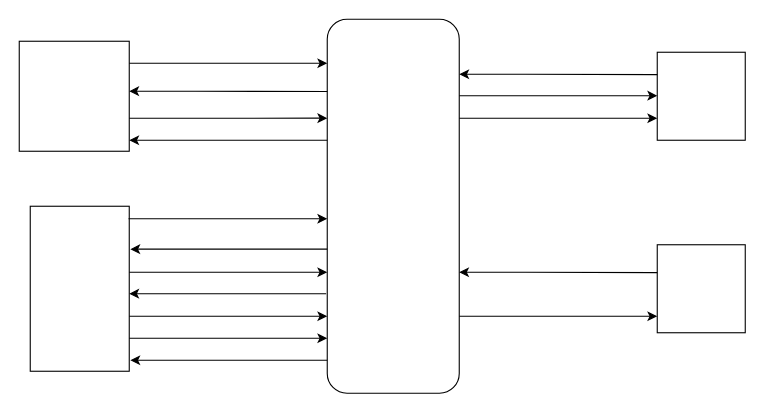
This is Untitled Diagram.drawio from junayet3455/Demo, a draw.io file, before an edit. Source tidied: cells renumbered, new cells numbered last; positions are measured from the earlier drawing's top-left corner, leaving out a move shared by most shapes. Both pictures are drawn from the tidied source at 110%, with x=0, y=0 at pixel (-3, 41).
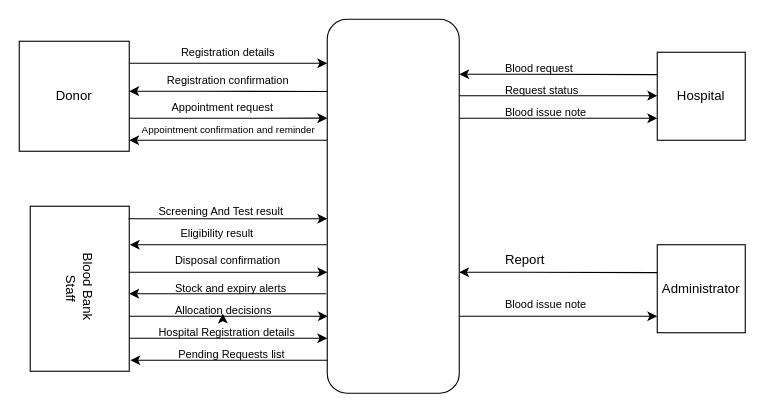
After the change.

Diff of the diagram source:
```diff
@@
-    <mxCell id="3" style="whiteSpace=wrap;html=1;" parent="1" vertex="1">
+    <mxCell id="3" value="Donor" style="whiteSpace=wrap;html=1;" parent="1" vertex="1">
       <mxGeometry x="20" width="100" height="100" as="geometry" />
     </mxCell>
-    <mxCell id="4" style="whiteSpace=wrap;html=1;" parent="1" vertex="1">
+    <mxCell id="4" value="Hospital" style="whiteSpace=wrap;html=1;" parent="1" vertex="1">
       <mxGeometry x="600" y="10" width="80" height="80" as="geometry" />
     </mxCell>
-    <mxCell id="5" style="whiteSpace=wrap;html=1;" parent="1" vertex="1">
+    <mxCell id="5" value="Administrator" style="whiteSpace=wrap;html=1;" parent="1" vertex="1">
       <mxGeometry x="600" y="185" width="80" height="80" as="geometry" />
     </mxCell>
-    <mxCell id="6" style="rounded=0;whiteSpace=wrap;html=1;rotation=90;" parent="1" vertex="1">
+    <mxCell id="6" value="Blood Bank&amp;nbsp;&lt;br&gt;&#9;Staff" style="rounded=0;whiteSpace=wrap;html=1;rotation=90;" parent="1" vertex="1">
       <mxGeometry y="180" width="150" height="90" as="geometry" />
     </mxCell>
@@
     <mxCell id="13" style="endArrow=classic;html=1;rounded=0;entryX=1.006;entryY=0.362;entryDx=0;entryDy=0;entryPerimeter=0;" parent="1" edge="1">
       <mxGeometry relative="1" as="geometry">
-        <mxPoint x="300" y="189" as="sourcePoint" />
-        <mxPoint x="121" y="189" as="targetPoint" />
+        <mxPoint x="299.5" y="185" as="sourcePoint" />
+        <mxPoint x="120.5" y="185" as="targetPoint" />
       </mxGeometry>
     </mxCell>
@@
-    <mxCell id="15" style="endArrow=classic;html=1;rounded=0;" parent="1" edge="1">
-      <mxGeometry relative="1" as="geometry">
-        <mxPoint x="120" y="250" as="sourcePoint" />
-        <mxPoint x="300" y="250" as="targetPoint" />
-      </mxGeometry>
-    </mxCell>
@@
+    <mxCell id="23" value="&lt;font style=&quot;font-size: 10px;&quot;&gt;Registration details&lt;/font&gt;" style="text;html=1;whiteSpace=wrap;strokeColor=none;fillColor=none;align=center;verticalAlign=middle;rounded=0;" parent="1" vertex="1">
+      <mxGeometry x="165" width="90" height="20" as="geometry" />
+    </mxCell>
+    <mxCell id="24" value="&lt;font style=&quot;font-size: 10px;&quot;&gt;Registration confirmation&lt;/font&gt;" style="text;html=1;whiteSpace=wrap;strokeColor=none;fillColor=none;align=center;verticalAlign=middle;rounded=0;" parent="1" vertex="1">
+      <mxGeometry x="150" y="20" width="120" height="30" as="geometry" />
+    </mxCell>
+    <mxCell id="25" value="&lt;font style=&quot;font-size: 10px;&quot;&gt;Appointment request&lt;/font&gt;" style="text;html=1;whiteSpace=wrap;strokeColor=none;fillColor=none;align=center;verticalAlign=middle;rounded=0;" parent="1" vertex="1">
+      <mxGeometry x="140" y="50" width="130" height="20" as="geometry" />
+    </mxCell>
+    <mxCell id="26" value="&lt;font style=&quot;font-size: 9px;&quot;&gt;Appointment confirmation and reminder&lt;/font&gt;" style="text;html=1;whiteSpace=wrap;strokeColor=none;fillColor=none;align=center;verticalAlign=middle;rounded=0;" parent="1" vertex="1">
+      <mxGeometry x="128" y="70" width="165" height="20" as="geometry" />
+    </mxCell>
+    <mxCell id="27" value="&lt;font style=&quot;font-size: 10px;&quot;&gt;Blood request&lt;/font&gt;" style="text;whiteSpace=wrap;html=1;" parent="1" vertex="1">
+      <mxGeometry x="460" y="10" width="130" height="30" as="geometry" />
+    </mxCell>
+    <mxCell id="28" value="&lt;font style=&quot;font-size: 10px;&quot;&gt;Request status&lt;/font&gt;" style="text;whiteSpace=wrap;html=1;" parent="1" vertex="1">
+      <mxGeometry x="460" y="30" width="130" height="40" as="geometry" />
+    </mxCell>
+    <mxCell id="29" value="&lt;font style=&quot;font-size: 10px;&quot;&gt;Blood issue note&lt;/font&gt;" style="text;whiteSpace=wrap;html=1;" parent="1" vertex="1">
+      <mxGeometry x="460" y="50" width="130" height="40" as="geometry" />
+    </mxCell>
+    <mxCell id="30" value="&lt;font style=&quot;font-size: 10px;&quot;&gt;Screening And Test result&lt;/font&gt;" style="text;whiteSpace=wrap;html=1;" parent="1" vertex="1">
+      <mxGeometry x="145" y="140" width="130" height="30" as="geometry" />
+    </mxCell>
+    <mxCell id="31" value="&lt;font style=&quot;font-size: 10px;&quot;&gt;Eligibility result&lt;/font&gt;" style="text;whiteSpace=wrap;html=1;" parent="1" vertex="1">
+      <mxGeometry x="165" y="160" width="130" height="30" as="geometry" />
+    </mxCell>
+    <mxCell id="32" value="&lt;font style=&quot;font-size: 10px;&quot;&gt;Disposal confirmation&lt;/font&gt;" style="text;whiteSpace=wrap;html=1;" parent="1" vertex="1">
+      <mxGeometry x="160" y="185" width="130" height="30" as="geometry" />
+    </mxCell>
+    <mxCell id="33" value="&lt;font style=&quot;font-size: 10px;&quot;&gt;Stock and expiry alerts&lt;/font&gt;" style="text;whiteSpace=wrap;html=1;" parent="1" vertex="1">
+      <mxGeometry x="160" y="210" width="130" height="30" as="geometry" />
+    </mxCell>
+    <mxCell id="34" style="endArrow=classic;html=1;rounded=0;exitX=1;exitY=1;exitDx=0;exitDy=0;" parent="1" edge="1" source="35">
+      <mxGeometry x="0.94" relative="1" as="geometry">
+        <mxPoint x="300.5" y="250" as="targetPoint" />
+        <Array as="points">
+          <mxPoint x="120" y="250" />
+        </Array>
+      </mxGeometry>
+    </mxCell>
+    <mxCell id="35" value="&lt;font style=&quot;font-size: 10px;&quot;&gt;Allocation decisions&lt;/font&gt;" style="text;whiteSpace=wrap;html=1;" parent="1" vertex="1">
+      <mxGeometry x="160" y="230" width="130" height="20" as="geometry" />
+    </mxCell>
+    <mxCell id="36" style="edgeStyle=orthogonalEdgeStyle;rounded=0;orthogonalLoop=1;jettySize=auto;html=1;innerLoopWaypoints=1;exitX=0.25;exitY=1;exitDx=0;exitDy=0;entryX=0.346;entryY=0.874;entryDx=0;entryDy=0;entryPerimeter=0;" parent="1" edge="1" source="35" target="35">
+      <mxGeometry relative="1" as="geometry" />
+    </mxCell>
+    <mxCell id="37" value="&lt;font style=&quot;font-size: 10px;&quot;&gt;Hospital Registration details&lt;/font&gt;" style="text;whiteSpace=wrap;html=1;" parent="1" vertex="1">
+      <mxGeometry x="145" y="250" width="130" height="20" as="geometry" />
+    </mxCell>
+    <mxCell id="38" value="&lt;font style=&quot;font-size: 10px;&quot;&gt;Pending Requests list&lt;/font&gt;" style="text;whiteSpace=wrap;html=1;" parent="1" vertex="1">
+      <mxGeometry x="163" y="270" width="130" height="20" as="geometry" />
+    </mxCell>
+    <mxCell id="39" value="Report&amp;nbsp;" style="text;whiteSpace=wrap;html=1;" parent="1" vertex="1">
+      <mxGeometry x="460" y="185" width="130" height="40" as="geometry" />
+    </mxCell>
+    <mxCell id="40" value="&lt;font style=&quot;font-size: 10px;&quot;&gt;Blood issue note&lt;/font&gt;" style="text;whiteSpace=wrap;html=1;" parent="1" vertex="1">
+      <mxGeometry x="460" y="225" width="130" height="40" as="geometry" />
+    </mxCell>
```
